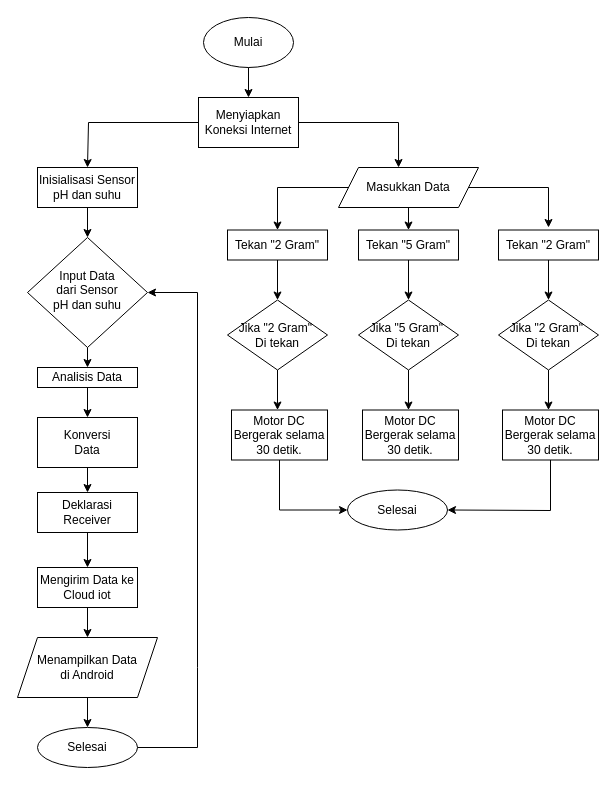
This is Untitled Diagram.drawio from Handrawinata/komunikasi-nrf, a draw.io file, before an edit. Source tidied: cells renumbered, new cells numbered last; positions are measured from the earlier drawing's top-left corner, leaving out a move shared by most shapes. Both pictures are drawn from the tidied source at 100%, with x=0, y=0 at pixel (17, 17).
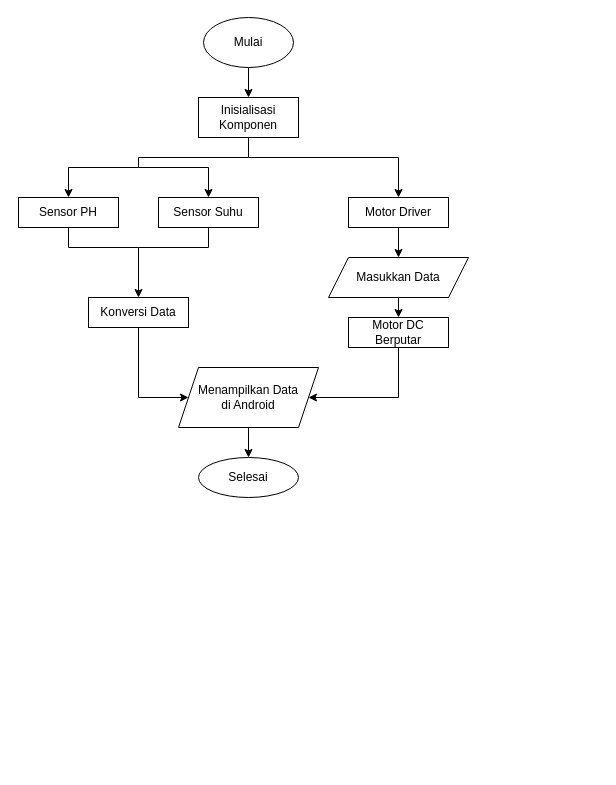
After the change.

The change refers to these unchanged cells:
```xml
<mxCell id="3" value="Mulai" style="ellipse;whiteSpace=wrap;html=1;" parent="1" vertex="1">
  <mxGeometry x="186" width="90" height="50" as="geometry" />
</mxCell>
```

The edit, as a diff of the source:
```diff
@@
-    <mxCell id="2" value="Input Data &lt;br&gt;dari Sensor&lt;br&gt;pH dan suhu" style="rhombus;whiteSpace=wrap;html=1;shadow=0;fontFamily=Helvetica;fontSize=12;align=center;strokeWidth=1;spacing=6;spacingTop=-4;" parent="1" vertex="1">
-      <mxGeometry x="10" y="220" width="120" height="110" as="geometry" />
-    </mxCell>
@@
-    <mxCell id="4" value="Inisialisasi Sensor&lt;br&gt;pH dan suhu" style="rounded=0;whiteSpace=wrap;html=1;" parent="1" vertex="1">
-      <mxGeometry x="20" y="150" width="100" height="40" as="geometry" />
+    <mxCell id="4" value="Inisialisasi Komponen" style="rounded=0;whiteSpace=wrap;html=1;" parent="1" vertex="1">
+      <mxGeometry x="181" y="80" width="100" height="40" as="geometry" />
     </mxCell>
-    <mxCell id="5" style="endArrow=classic;html=1;rounded=0;exitX=0.5;exitY=1;exitDx=0;exitDy=0;entryX=0.5;entryY=0;entryDx=0;entryDy=0;" parent="1" edge="1" source="4" target="2">
-      <mxGeometry relative="1" as="geometry" />
-    </mxCell>
-    <mxCell id="6" value="Analisis Data" style="rounded=0;whiteSpace=wrap;html=1;" parent="1" vertex="1">
-      <mxGeometry x="20" y="350" width="100" height="20" as="geometry" />
-    </mxCell>
-    <mxCell id="7" style="endArrow=classic;html=1;rounded=0;exitX=0.5;exitY=1;exitDx=0;exitDy=0;entryX=0.5;entryY=0;entryDx=0;entryDy=0;" parent="1" edge="1" source="2" target="6">
-      <mxGeometry relative="1" as="geometry" />
-    </mxCell>
+    <mxCell id="16" style="endArrow=classic;html=1;rounded=0;exitX=0.5;exitY=1;exitDx=0;exitDy=0;entryX=0.5;entryY=0;entryDx=0;entryDy=0;" parent="1" edge="1" source="3" target="4">
+      <mxGeometry relative="1" as="geometry" />
+    </mxCell>
+    <mxCell id="48" style="endArrow=none;html=1;rounded=0;exitX=0.5;exitY=1;exitDx=0;exitDy=0;" parent="1" edge="1" source="4">
+      <mxGeometry relative="1" as="geometry">
+        <mxPoint x="121" y="140" as="targetPoint" />
+        <Array as="points">
+          <mxPoint x="231" y="140" />
+        </Array>
+      </mxGeometry>
+    </mxCell>
+    <mxCell id="49" value="Sensor PH" style="rounded=0;whiteSpace=wrap;html=1;" parent="1" vertex="1">
+      <mxGeometry x="1" y="180" width="100" height="30" as="geometry" />
+    </mxCell>
+    <mxCell id="50" value="&lt;span&gt;Sensor Suhu&lt;/span&gt;" style="rounded=0;whiteSpace=wrap;html=1;" parent="1" vertex="1">
+      <mxGeometry x="141" y="180" width="100" height="30" as="geometry" />
+    </mxCell>
+    <mxCell id="51" style="endArrow=classic;html=1;rounded=0;entryX=0.5;entryY=0;entryDx=0;entryDy=0;" parent="1" edge="1" target="49">
+      <mxGeometry relative="1" as="geometry">
+        <mxPoint x="121" y="140" as="sourcePoint" />
+        <Array as="points">
+          <mxPoint x="121" y="150" />
+          <mxPoint x="51" y="150" />
+          <mxPoint x="51" y="180" />
+        </Array>
+      </mxGeometry>
+    </mxCell>
+    <mxCell id="52" style="endArrow=classic;html=1;rounded=0;entryX=0.5;entryY=0;entryDx=0;entryDy=0;" parent="1" edge="1" target="50">
+      <mxGeometry relative="1" as="geometry">
+        <mxPoint x="121" y="150" as="sourcePoint" />
+        <Array as="points">
+          <mxPoint x="191" y="150" />
+        </Array>
+      </mxGeometry>
+    </mxCell>
+    <mxCell id="53" style="endArrow=classic;html=1;rounded=0;entryX=0.5;entryY=0;entryDx=0;entryDy=0;" parent="1" edge="1" target="54">
+      <mxGeometry relative="1" as="geometry">
+        <mxPoint x="231" y="140" as="sourcePoint" />
+        <Array as="points">
+          <mxPoint x="381" y="140" />
+        </Array>
+      </mxGeometry>
+    </mxCell>
+    <mxCell id="54" value="&lt;span&gt;Motor Driver&lt;/span&gt;" style="rounded=0;whiteSpace=wrap;html=1;" parent="1" vertex="1">
+      <mxGeometry x="331" y="180" width="100" height="30" as="geometry" />
+    </mxCell>
-    <mxCell id="8" value="Konversi&lt;br&gt;Data" style="rounded=0;whiteSpace=wrap;html=1;" parent="1" vertex="1">
-      <mxGeometry x="20" y="400" width="100" height="50" as="geometry" />
+    <mxCell id="8" value="&lt;span&gt;Konversi Data&lt;/span&gt;" style="rounded=0;whiteSpace=wrap;html=1;" parent="1" vertex="1">
+      <mxGeometry x="71" y="280" width="100" height="30" as="geometry" />
     </mxCell>
-    <mxCell id="9" value="Deklarasi Receiver" style="rounded=0;whiteSpace=wrap;html=1;" parent="1" vertex="1">
-      <mxGeometry x="20" y="475" width="100" height="40" as="geometry" />
-    </mxCell>
-    <mxCell id="10" value="Mengirim Data ke Cloud iot" style="rounded=0;whiteSpace=wrap;html=1;" parent="1" vertex="1">
-      <mxGeometry x="20" y="550" width="100" height="40" as="geometry" />
-    </mxCell>
-    <mxCell id="11" value="Selesai" style="ellipse;whiteSpace=wrap;html=1;" parent="1" vertex="1">
-      <mxGeometry x="20" y="710" width="100" height="40" as="geometry" />
-    </mxCell>
-    <mxCell id="12" style="endArrow=classic;html=1;rounded=0;exitX=0.5;exitY=1;exitDx=0;exitDy=0;entryX=0.5;entryY=0;entryDx=0;entryDy=0;" parent="1" edge="1" source="6" target="8">
-      <mxGeometry relative="1" as="geometry" />
-    </mxCell>
-    <mxCell id="13" style="endArrow=classic;html=1;rounded=0;entryX=0.5;entryY=0;entryDx=0;entryDy=0;exitX=0.5;exitY=1;exitDx=0;exitDy=0;" parent="1" edge="1" source="8" target="9">
-      <mxGeometry relative="1" as="geometry" />
-    </mxCell>
-    <mxCell id="14" style="endArrow=classic;html=1;rounded=0;exitX=0.5;exitY=1;exitDx=0;exitDy=0;entryX=0.5;entryY=0;entryDx=0;entryDy=0;" parent="1" edge="1" source="9" target="10">
-      <mxGeometry relative="1" as="geometry" />
-    </mxCell>
-    <mxCell id="15" value="Menyiapkan Koneksi Internet" style="rounded=0;whiteSpace=wrap;html=1;" parent="1" vertex="1">
-      <mxGeometry x="181" y="80" width="100" height="50" as="geometry" />
-    </mxCell>
-    <mxCell id="16" style="endArrow=classic;html=1;rounded=0;exitX=0.5;exitY=1;exitDx=0;exitDy=0;entryX=0.5;entryY=0;entryDx=0;entryDy=0;" parent="1" edge="1" source="3" target="15">
-      <mxGeometry relative="1" as="geometry" />
-    </mxCell>
+    <mxCell id="55" style="endArrow=classic;html=1;rounded=0;exitX=0.5;exitY=1;exitDx=0;exitDy=0;entryX=0.5;entryY=0;entryDx=0;entryDy=0;" parent="1" edge="1" source="49" target="8">
+      <mxGeometry relative="1" as="geometry">
+        <Array as="points">
+          <mxPoint x="51" y="230" />
+          <mxPoint x="121" y="230" />
+        </Array>
+      </mxGeometry>
+    </mxCell>
+    <mxCell id="56" style="endArrow=none;html=1;rounded=0;entryX=0.5;entryY=1;entryDx=0;entryDy=0;" parent="1" edge="1" target="50">
+      <mxGeometry relative="1" as="geometry">
+        <mxPoint x="121" y="230" as="sourcePoint" />
+        <Array as="points">
+          <mxPoint x="191" y="230" />
+        </Array>
+      </mxGeometry>
+    </mxCell>
+    <mxCell id="57" style="edgeStyle=orthogonalEdgeStyle;rounded=0;jettySize=auto;html=1;exitX=0.5;exitY=1;exitDx=0;exitDy=0;entryX=0.5;entryY=0;entryDx=0;entryDy=0;" parent="1" edge="1" source="17" target="59">
+      <mxGeometry relative="1" as="geometry" />
+    </mxCell>
     <mxCell id="17" value="Masukkan Data" style="shape=parallelogram;perimeter=parallelogramPerimeter;whiteSpace=wrap;html=1;fixedSize=1;" parent="1" vertex="1">
-      <mxGeometry x="321" y="150" width="140" height="40" as="geometry" />
+      <mxGeometry x="311" y="240" width="140" height="40" as="geometry" />
     </mxCell>
-    <mxCell id="18" value="Tekan &quot;2 Gram&quot;" style="rounded=0;whiteSpace=wrap;html=1;" parent="1" vertex="1">
-      <mxGeometry x="210" y="212.5" width="100" height="30" as="geometry" />
-    </mxCell>
-    <mxCell id="19" style="endArrow=classic;html=1;rounded=0;exitX=0;exitY=0.5;exitDx=0;exitDy=0;entryX=0.5;entryY=0;entryDx=0;entryDy=0;" parent="1" edge="1" source="17" target="18">
-      <mxGeometry relative="1" as="geometry">
-        <Array as="points">
-          <mxPoint x="260" y="170" />
-        </Array>
-      </mxGeometry>
-    </mxCell>
-    <mxCell id="20" style="endArrow=classic;html=1;rounded=0;exitX=0.5;exitY=1;exitDx=0;exitDy=0;" parent="1" edge="1" source="18" target="21">
-      <mxGeometry relative="1" as="geometry" />
-    </mxCell>
-    <mxCell id="21" value="Jika &quot;2 Gram&quot;&amp;nbsp;&lt;br&gt;Di tekan" style="rhombus;whiteSpace=wrap;html=1;" parent="1" vertex="1">
-      <mxGeometry x="210" y="282.5" width="100" height="70" as="geometry" />
-    </mxCell>
-    <mxCell id="22" style="endArrow=classic;html=1;rounded=0;exitX=0.5;exitY=1;exitDx=0;exitDy=0;" parent="1" edge="1" source="21">
-      <mxGeometry relative="1" as="geometry">
-        <mxPoint x="260" y="352.5" as="targetPoint" />
-      </mxGeometry>
-    </mxCell>
-    <mxCell id="23" style="endArrow=classic;html=1;rounded=0;exitX=0.5;exitY=1;exitDx=0;exitDy=0;" parent="1" edge="1" source="21">
-      <mxGeometry relative="1" as="geometry">
-        <mxPoint x="260" y="392.5" as="targetPoint" />
-      </mxGeometry>
-    </mxCell>
-    <mxCell id="24" value="Motor DC Bergerak selama 30 detik." style="rounded=0;whiteSpace=wrap;html=1;" parent="1" vertex="1">
-      <mxGeometry x="214" y="392.5" width="96" height="50" as="geometry" />
-    </mxCell>
-    <mxCell id="25" value="Selesai" style="ellipse;whiteSpace=wrap;html=1;" parent="1" vertex="1">
-      <mxGeometry x="330" y="472.5" width="100" height="40" as="geometry" />
-    </mxCell>
-    <mxCell id="26" style="endArrow=classic;html=1;rounded=0;entryX=0;entryY=0.5;entryDx=0;entryDy=0;exitX=0.5;exitY=1;exitDx=0;exitDy=0;" parent="1" edge="1" source="24" target="25">
-      <mxGeometry relative="1" as="geometry">
-        <Array as="points">
-          <mxPoint x="262" y="492.5" />
-        </Array>
-      </mxGeometry>
-    </mxCell>
-    <mxCell id="27" style="endArrow=classic;html=1;rounded=0;exitX=1;exitY=0.5;exitDx=0;exitDy=0;entryX=1;entryY=0.5;entryDx=0;entryDy=0;" parent="1" edge="1" source="11" target="2">
-      <mxGeometry relative="1" as="geometry">
-        <Array as="points">
-          <mxPoint x="180" y="730" />
-          <mxPoint x="180" y="650" />
-          <mxPoint x="180" y="275" />
-        </Array>
-      </mxGeometry>
-    </mxCell>
+    <mxCell id="58" style="endArrow=classic;html=1;rounded=0;exitX=0.5;exitY=1;exitDx=0;exitDy=0;entryX=0.5;entryY=0;entryDx=0;entryDy=0;" parent="1" edge="1" source="54" target="17">
+      <mxGeometry relative="1" as="geometry" />
+    </mxCell>
+    <mxCell id="59" value="&lt;span&gt;Motor DC Berputar&lt;/span&gt;" style="rounded=0;whiteSpace=wrap;html=1;" parent="1" vertex="1">
+      <mxGeometry x="331" y="300" width="100" height="30" as="geometry" />
+    </mxCell>
+    <mxCell id="60" value="Selesai" style="ellipse;whiteSpace=wrap;html=1;" parent="1" vertex="1">
+      <mxGeometry x="181" y="440" width="100" height="40" as="geometry" />
+    </mxCell>
+    <mxCell id="61" style="edgeStyle=orthogonalEdgeStyle;rounded=0;jettySize=auto;html=1;exitX=0.5;exitY=1;exitDx=0;exitDy=0;entryX=0.5;entryY=0;entryDx=0;entryDy=0;" parent="1" edge="1" source="28" target="60">
+      <mxGeometry relative="1" as="geometry" />
+    </mxCell>
     <mxCell id="28" value="Menampilkan Data&lt;br&gt;di Android" style="shape=parallelogram;perimeter=parallelogramPerimeter;whiteSpace=wrap;html=1;fixedSize=1;" parent="1" vertex="1">
-      <mxGeometry y="620" width="140" height="60" as="geometry" />
+      <mxGeometry x="161" y="350" width="140" height="60" as="geometry" />
     </mxCell>
-    <mxCell id="29" style="endArrow=classic;html=1;rounded=0;exitX=0.5;exitY=1;exitDx=0;exitDy=0;entryX=0.5;entryY=0;entryDx=0;entryDy=0;" parent="1" edge="1" source="10" target="28">
-      <mxGeometry relative="1" as="geometry" />
-    </mxCell>
-    <mxCell id="30" style="endArrow=classic;html=1;rounded=0;exitX=0.5;exitY=1;exitDx=0;exitDy=0;entryX=0.5;entryY=0;entryDx=0;entryDy=0;" parent="1" edge="1" source="28" target="11">
-      <mxGeometry relative="1" as="geometry" />
-    </mxCell>
-    <mxCell id="31" style="endArrow=classic;html=1;rounded=0;entryX=0.429;entryY=0;entryDx=0;entryDy=0;entryPerimeter=0;exitX=1;exitY=0.5;exitDx=0;exitDy=0;" parent="1" edge="1" source="15" target="17">
-      <mxGeometry relative="1" as="geometry">
-        <Array as="points">
-          <mxPoint x="381" y="105" />
-        </Array>
-      </mxGeometry>
-    </mxCell>
-    <mxCell id="32" style="endArrow=classic;html=1;rounded=0;entryX=0.5;entryY=0;entryDx=0;entryDy=0;exitX=0;exitY=0.5;exitDx=0;exitDy=0;" parent="1" edge="1" source="15" target="4">
-      <mxGeometry relative="1" as="geometry">
-        <Array as="points">
-          <mxPoint x="71" y="105" />
-        </Array>
-      </mxGeometry>
-    </mxCell>
-    <mxCell id="33" value="Tekan &quot;5 Gram&quot;" style="rounded=0;whiteSpace=wrap;html=1;" parent="1" vertex="1">
-      <mxGeometry x="341" y="212.5" width="100" height="30" as="geometry" />
-    </mxCell>
-    <mxCell id="34" style="endArrow=classic;html=1;rounded=0;exitX=0.5;exitY=1;exitDx=0;exitDy=0;" parent="1" edge="1" source="33" target="35">
-      <mxGeometry relative="1" as="geometry" />
-    </mxCell>
-    <mxCell id="35" value="Jika &quot;5 Gram&quot;&amp;nbsp;&lt;br&gt;Di tekan" style="rhombus;whiteSpace=wrap;html=1;" parent="1" vertex="1">
-      <mxGeometry x="341" y="282.5" width="100" height="70" as="geometry" />
-    </mxCell>
-    <mxCell id="36" style="endArrow=classic;html=1;rounded=0;exitX=0.5;exitY=1;exitDx=0;exitDy=0;" parent="1" edge="1" source="35">
-      <mxGeometry relative="1" as="geometry">
-        <mxPoint x="391" y="352.5" as="targetPoint" />
-      </mxGeometry>
-    </mxCell>
-    <mxCell id="37" style="endArrow=classic;html=1;rounded=0;exitX=0.5;exitY=1;exitDx=0;exitDy=0;" parent="1" edge="1" source="35">
-      <mxGeometry relative="1" as="geometry">
-        <mxPoint x="391" y="392.5" as="targetPoint" />
-      </mxGeometry>
-    </mxCell>
-    <mxCell id="38" value="Motor DC Bergerak selama 30 detik." style="rounded=0;whiteSpace=wrap;html=1;" parent="1" vertex="1">
-      <mxGeometry x="345" y="392.5" width="96" height="50" as="geometry" />
-    </mxCell>
-    <mxCell id="39" value="Tekan &quot;2 Gram&quot;" style="rounded=0;whiteSpace=wrap;html=1;" parent="1" vertex="1">
-      <mxGeometry x="481" y="212.5" width="100" height="30" as="geometry" />
-    </mxCell>
-    <mxCell id="40" style="endArrow=classic;html=1;rounded=0;exitX=0.5;exitY=1;exitDx=0;exitDy=0;" parent="1" edge="1" source="39" target="41">
-      <mxGeometry relative="1" as="geometry" />
-    </mxCell>
-    <mxCell id="41" value="Jika &quot;2 Gram&quot;&amp;nbsp;&lt;br&gt;Di tekan" style="rhombus;whiteSpace=wrap;html=1;" parent="1" vertex="1">
-      <mxGeometry x="481" y="282.5" width="100" height="70" as="geometry" />
-    </mxCell>
-    <mxCell id="42" style="endArrow=classic;html=1;rounded=0;exitX=0.5;exitY=1;exitDx=0;exitDy=0;" parent="1" edge="1" source="41">
-      <mxGeometry relative="1" as="geometry">
-        <mxPoint x="531" y="352.5" as="targetPoint" />
-      </mxGeometry>
-    </mxCell>
-    <mxCell id="43" style="endArrow=classic;html=1;rounded=0;exitX=0.5;exitY=1;exitDx=0;exitDy=0;" parent="1" edge="1" source="41">
-      <mxGeometry relative="1" as="geometry">
-        <mxPoint x="531" y="392.5" as="targetPoint" />
-      </mxGeometry>
-    </mxCell>
-    <mxCell id="44" value="Motor DC Bergerak selama 30 detik." style="rounded=0;whiteSpace=wrap;html=1;" parent="1" vertex="1">
-      <mxGeometry x="485" y="392.5" width="96" height="50" as="geometry" />
-    </mxCell>
-    <mxCell id="45" style="endArrow=classic;html=1;rounded=0;exitX=0.5;exitY=1;exitDx=0;exitDy=0;entryX=0.5;entryY=0;entryDx=0;entryDy=0;" parent="1" edge="1" source="17" target="33">
-      <mxGeometry relative="1" as="geometry" />
-    </mxCell>
-    <mxCell id="46" style="endArrow=classic;html=1;rounded=0;exitX=1;exitY=0.5;exitDx=0;exitDy=0;" parent="1" edge="1" source="17">
-      <mxGeometry relative="1" as="geometry">
-        <mxPoint x="531" y="210" as="targetPoint" />
-        <Array as="points">
-          <mxPoint x="531" y="170" />
-        </Array>
-      </mxGeometry>
-    </mxCell>
-    <mxCell id="47" style="endArrow=classic;html=1;rounded=0;exitX=0.5;exitY=1;exitDx=0;exitDy=0;entryX=1;entryY=0.5;entryDx=0;entryDy=0;" parent="1" edge="1" source="44" target="25">
-      <mxGeometry relative="1" as="geometry">
-        <Array as="points">
-          <mxPoint x="533" y="493" />
-        </Array>
-      </mxGeometry>
-    </mxCell>
+    <mxCell id="62" style="endArrow=classic;html=1;rounded=0;exitX=0.5;exitY=1;exitDx=0;exitDy=0;entryX=0;entryY=0.5;entryDx=0;entryDy=0;" parent="1" edge="1" source="8" target="28">
+      <mxGeometry relative="1" as="geometry">
+        <Array as="points">
+          <mxPoint x="121" y="380" />
+        </Array>
+      </mxGeometry>
+    </mxCell>
+    <mxCell id="63" style="endArrow=classic;html=1;rounded=0;exitX=0.5;exitY=1;exitDx=0;exitDy=0;entryX=1;entryY=0.5;entryDx=0;entryDy=0;" parent="1" edge="1" source="59" target="28">
+      <mxGeometry relative="1" as="geometry">
+        <Array as="points">
+          <mxPoint x="381" y="380" />
+        </Array>
+      </mxGeometry>
+    </mxCell>
```
